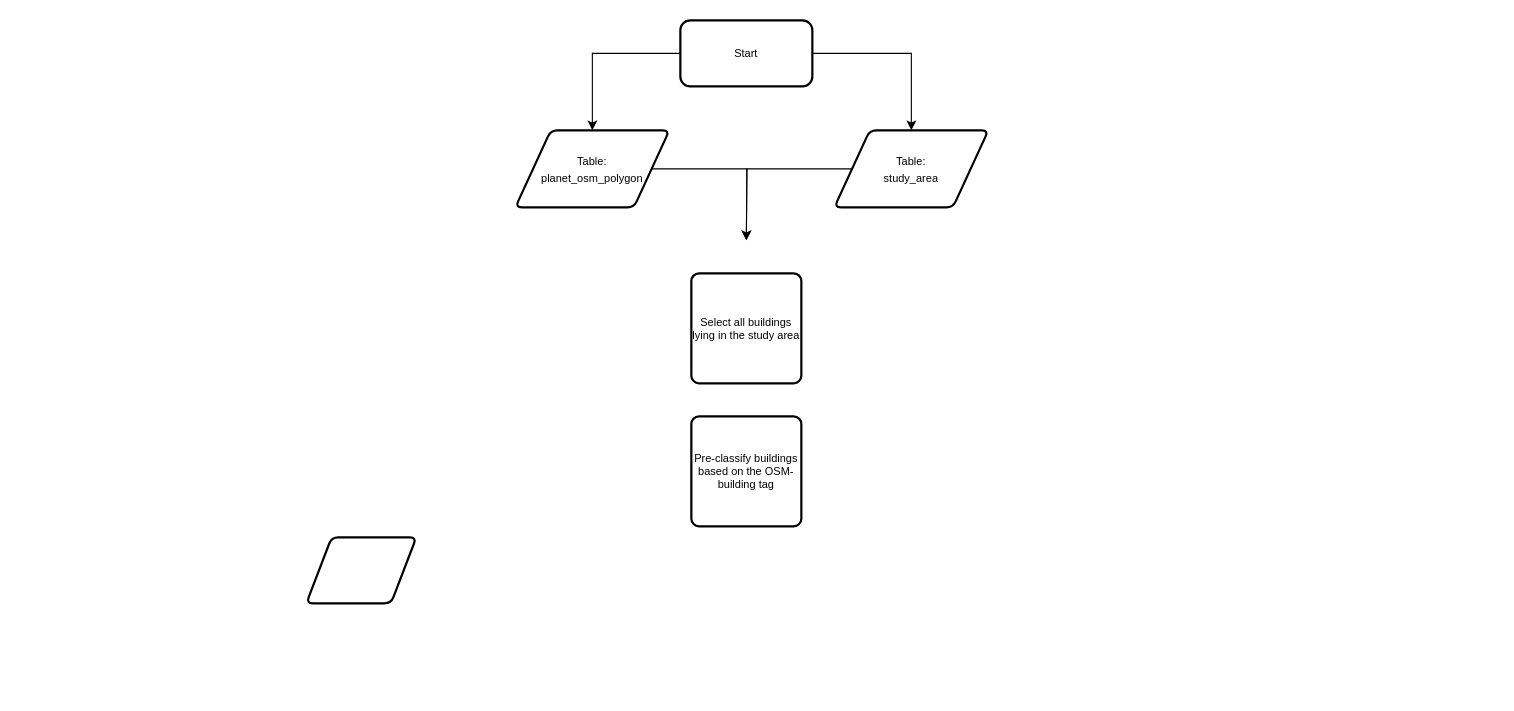
goat-community/goat keeps this draw.io diagram as app/database/data_preparation/population_disaggregation.drawio. Above is the earlier version. Source tidied: cells renumbered, new cells numbered last; positions are measured from the earlier drawing's top-left corner, leaving out a move shared by most shapes. Both pictures are drawn from the tidied source at 110%, with x=0, y=0 at pixel (306, 20).
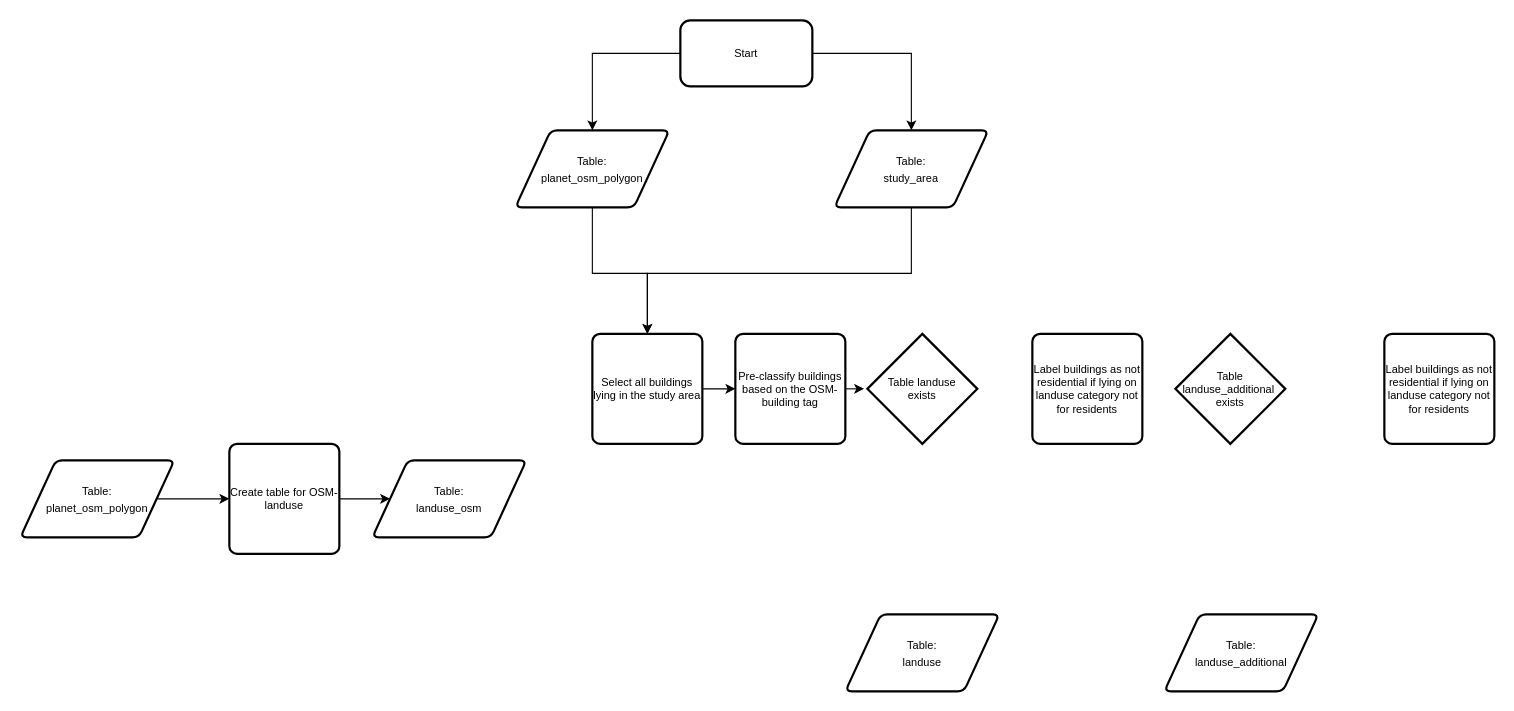
The same page after the edit.

The change refers to these unchanged cells:
```xml
<mxCell id="7" value="&lt;font style=&quot;font-size: 10px&quot;&gt;Table:&lt;br&gt;planet_osm_polygon&lt;/font&gt;" style="shape=parallelogram;html=1;strokeWidth=2;perimeter=parallelogramPerimeter;whiteSpace=wrap;rounded=1;arcSize=12;size=0.23;" parent="1" vertex="1">
  <mxGeometry x="190" y="100" width="140" height="70" as="geometry" />
</mxCell>
<mxCell id="9" value="&lt;font style=&quot;font-size: 10px&quot;&gt;Table:&lt;br&gt;study_area&lt;/font&gt;" style="shape=parallelogram;html=1;strokeWidth=2;perimeter=parallelogramPerimeter;whiteSpace=wrap;rounded=1;arcSize=12;size=0.23;" parent="1" vertex="1">
  <mxGeometry x="480" y="100" width="140" height="70" as="geometry" />
</mxCell>
```

What changed in the source:
```diff
@@
-    <mxCell id="5" style="shape=parallelogram;html=1;strokeWidth=2;perimeter=parallelogramPerimeter;whiteSpace=wrap;rounded=1;arcSize=12;size=0.23;" parent="1" vertex="1">
-      <mxGeometry y="470" width="100" height="60" as="geometry" />
-    </mxCell>
-    <mxCell id="6" style="edgeStyle=orthogonalEdgeStyle;rounded=0;jettySize=auto;html=1;" parent="1" edge="1" source="7">
+    <mxCell id="6" style="edgeStyle=orthogonalEdgeStyle;rounded=0;jettySize=auto;html=1;" parent="1" edge="1" source="7" target="10">
       <mxGeometry relative="1" as="geometry">
-        <mxPoint x="400" y="200" as="targetPoint" />
+        <Array as="points">
+          <mxPoint x="260" y="230" />
+          <mxPoint x="310" y="230" />
+        </Array>
       </mxGeometry>
     </mxCell>
@@
-    <mxCell id="8" style="edgeStyle=orthogonalEdgeStyle;rounded=0;jettySize=auto;html=1;entryX=0.5;entryY=0;entryDx=0;entryDy=0;" parent="1" edge="1" source="9">
+    <mxCell id="8" style="edgeStyle=orthogonalEdgeStyle;rounded=0;jettySize=auto;html=1;entryX=0.5;entryY=0;entryDx=0;entryDy=0;" parent="1" edge="1" source="9" target="10">
       <mxGeometry relative="1" as="geometry">
-        <mxPoint x="400" y="200" as="targetPoint" />
+        <Array as="points">
+          <mxPoint x="550" y="230" />
+          <mxPoint x="310" y="230" />
+        </Array>
       </mxGeometry>
     </mxCell>
@@
+    <mxCell id="12" style="edgeStyle=orthogonalEdgeStyle;rounded=0;jettySize=auto;html=1;entryX=0;entryY=0.5;entryDx=0;entryDy=0;fontSize=10;" parent="1" edge="1" source="10" target="11">
+      <mxGeometry relative="1" as="geometry" />
+    </mxCell>
     <mxCell id="10" value="Select all buildings lying in the study area" style="rounded=1;whiteSpace=wrap;html=1;absoluteArcSize=1;arcSize=14;strokeWidth=2;fontSize=10;" parent="1" vertex="1">
-      <mxGeometry x="350" y="230" width="100" height="100" as="geometry" />
+      <mxGeometry x="260" y="285" width="100" height="100" as="geometry" />
     </mxCell>
+    <mxCell id="13" style="edgeStyle=orthogonalEdgeStyle;rounded=0;jettySize=auto;html=1;exitX=1;exitY=0.5;exitDx=0;exitDy=0;entryX=-0.03;entryY=0.495;entryDx=0;entryDy=0;entryPerimeter=0;fontSize=10;" parent="1" edge="1" source="11" target="23">
+      <mxGeometry relative="1" as="geometry" />
+    </mxCell>
     <mxCell id="11" value="Pre-classify buildings based on the OSM-building tag" style="rounded=1;whiteSpace=wrap;html=1;absoluteArcSize=1;arcSize=14;strokeWidth=2;fontSize=10;" parent="1" vertex="1">
-      <mxGeometry x="350" y="360" width="100" height="100" as="geometry" />
+      <mxGeometry x="390" y="285" width="100" height="100" as="geometry" />
     </mxCell>
+    <mxCell id="14" style="edgeStyle=orthogonalEdgeStyle;rounded=0;jettySize=auto;html=1;fontSize=10;" parent="1" edge="1" source="15" target="16">
+      <mxGeometry relative="1" as="geometry" />
+    </mxCell>
+    <mxCell id="15" value="Create table for OSM-landuse" style="rounded=1;whiteSpace=wrap;html=1;absoluteArcSize=1;arcSize=14;strokeWidth=2;fontSize=10;" parent="1" vertex="1">
+      <mxGeometry x="-70" y="385" width="100" height="100" as="geometry" />
+    </mxCell>
+    <mxCell id="16" value="&lt;font style=&quot;font-size: 10px&quot;&gt;Table:&lt;br&gt;landuse_osm&lt;/font&gt;" style="shape=parallelogram;html=1;strokeWidth=2;perimeter=parallelogramPerimeter;whiteSpace=wrap;rounded=1;arcSize=12;size=0.23;" parent="1" vertex="1">
+      <mxGeometry x="60" y="400" width="140" height="70" as="geometry" />
+    </mxCell>
+    <mxCell id="17" style="edgeStyle=orthogonalEdgeStyle;rounded=0;jettySize=auto;html=1;entryX=0;entryY=0.5;entryDx=0;entryDy=0;fontSize=10;" parent="1" edge="1" source="18" target="15">
+      <mxGeometry relative="1" as="geometry" />
+    </mxCell>
+    <mxCell id="18" value="&lt;font style=&quot;font-size: 10px&quot;&gt;Table:&lt;br&gt;planet_osm_polygon&lt;/font&gt;" style="shape=parallelogram;html=1;strokeWidth=2;perimeter=parallelogramPerimeter;whiteSpace=wrap;rounded=1;arcSize=12;size=0.23;" parent="1" vertex="1">
+      <mxGeometry x="-260" y="400" width="140" height="70" as="geometry" />
+    </mxCell>
+    <mxCell id="19" value="&lt;font style=&quot;font-size: 10px&quot;&gt;Table:&lt;br&gt;landuse&lt;br&gt;&lt;/font&gt;" style="shape=parallelogram;html=1;strokeWidth=2;perimeter=parallelogramPerimeter;whiteSpace=wrap;rounded=1;arcSize=12;size=0.23;" parent="1" vertex="1">
+      <mxGeometry x="490" y="540" width="140" height="70" as="geometry" />
+    </mxCell>
+    <mxCell id="20" value="Label buildings as not residential if lying on landuse category not for residents" style="rounded=1;whiteSpace=wrap;html=1;absoluteArcSize=1;arcSize=14;strokeWidth=2;fontSize=10;" parent="1" vertex="1">
+      <mxGeometry x="660" y="285" width="100" height="100" as="geometry" />
+    </mxCell>
+    <mxCell id="21" value="&lt;font style=&quot;font-size: 10px&quot;&gt;Table:&lt;br&gt;landuse_additional&lt;br&gt;&lt;/font&gt;" style="shape=parallelogram;html=1;strokeWidth=2;perimeter=parallelogramPerimeter;whiteSpace=wrap;rounded=1;arcSize=12;size=0.23;" parent="1" vertex="1">
+      <mxGeometry x="780" y="540" width="140" height="70" as="geometry" />
+    </mxCell>
+    <mxCell id="22" value="Label buildings as not residential if lying on landuse category not for residents" style="rounded=1;whiteSpace=wrap;html=1;absoluteArcSize=1;arcSize=14;strokeWidth=2;fontSize=10;" parent="1" vertex="1">
+      <mxGeometry x="980" y="285" width="100" height="100" as="geometry" />
+    </mxCell>
+    <mxCell id="23" value="Table landuse &lt;br&gt;exists" style="strokeWidth=2;html=1;shape=mxgraph.flowchart.decision;whiteSpace=wrap;rounded=1;fontSize=10;" parent="1" vertex="1">
+      <mxGeometry x="510" y="285" width="100" height="100" as="geometry" />
+    </mxCell>
+    <mxCell id="24" value="Table landuse_additional&amp;nbsp;&lt;br&gt;exists" style="strokeWidth=2;html=1;shape=mxgraph.flowchart.decision;whiteSpace=wrap;rounded=1;fontSize=10;" parent="1" vertex="1">
+      <mxGeometry x="790" y="285" width="100" height="100" as="geometry" />
+    </mxCell>
```
